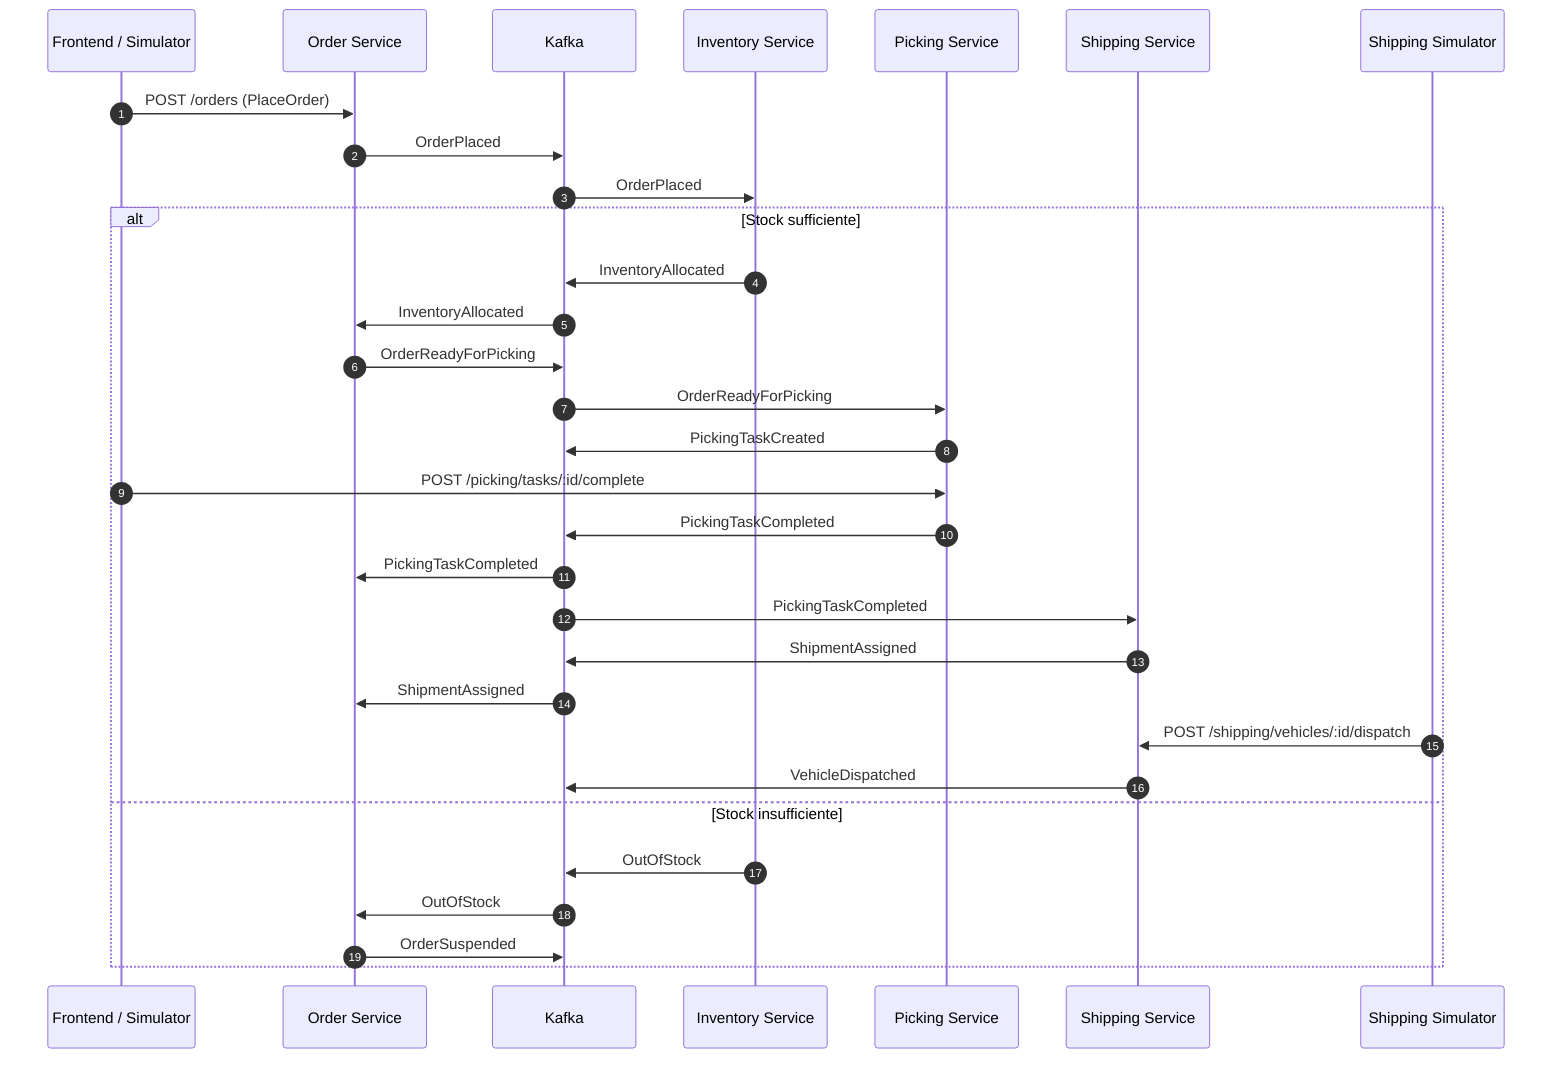
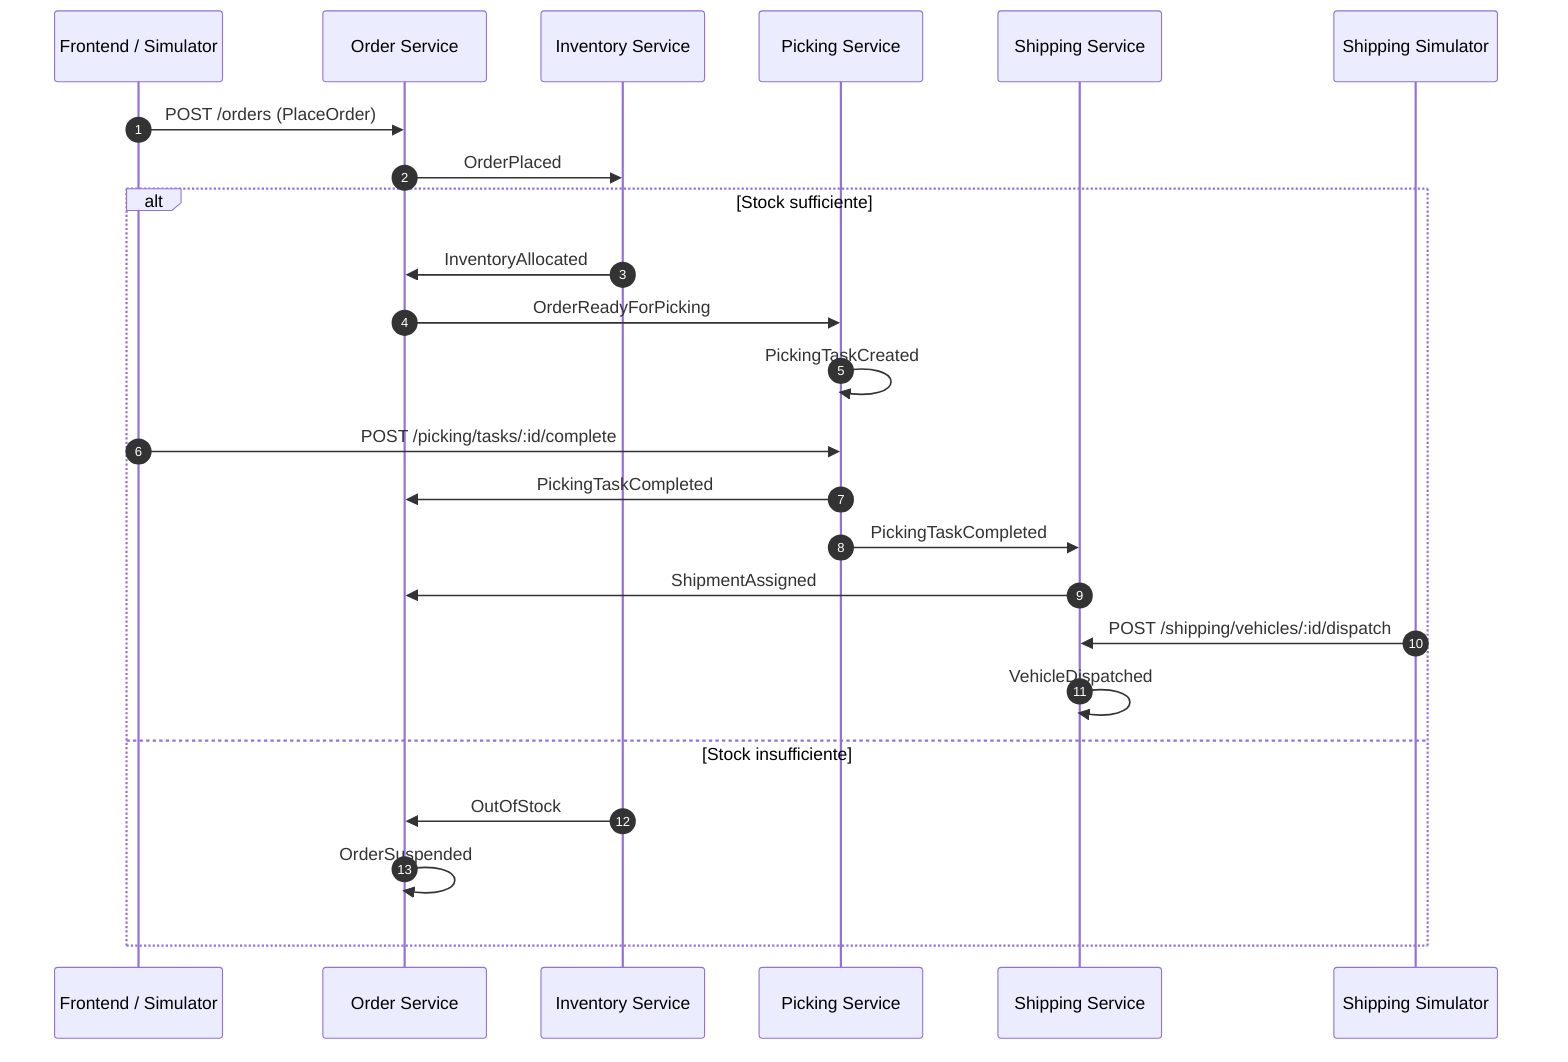
sequenceDiagram
    autonumber
    participant UI as Frontend / Simulator
    participant ORD as Order Service
-     participant K as Kafka
    participant INV as Inventory Service
    participant PICK as Picking Service
    participant SHIP as Shipping Service
    participant DISP as Shipping Simulator

    UI->>ORD: POST /orders (PlaceOrder)
-     ORD->>K: OrderPlaced
-     K->>INV: OrderPlaced
+     ORD->>INV: OrderPlaced

    alt Stock sufficiente
-         INV->>K: InventoryAllocated
-         K->>ORD: InventoryAllocated
-         ORD->>K: OrderReadyForPicking
-         K->>PICK: OrderReadyForPicking
-         PICK->>K: PickingTaskCreated
+         INV->>ORD: InventoryAllocated
+         ORD->>PICK: OrderReadyForPicking
+         PICK->>PICK: PickingTaskCreated

        UI->>PICK: POST /picking/tasks/:id/complete
-         PICK->>K: PickingTaskCompleted
-         K->>ORD: PickingTaskCompleted
-         K->>SHIP: PickingTaskCompleted
-         SHIP->>K: ShipmentAssigned
-         K->>ORD: ShipmentAssigned
+         PICK->>ORD: PickingTaskCompleted
+         PICK->>SHIP: PickingTaskCompleted
+         SHIP->>ORD: ShipmentAssigned

        DISP->>SHIP: POST /shipping/vehicles/:id/dispatch
-         SHIP->>K: VehicleDispatched
+         SHIP->>SHIP: VehicleDispatched
    else Stock insufficiente
-         INV->>K: OutOfStock
-         K->>ORD: OutOfStock
-         ORD->>K: OrderSuspended
+         INV->>ORD: OutOfStock
+         ORD->>ORD: OrderSuspended
    end
